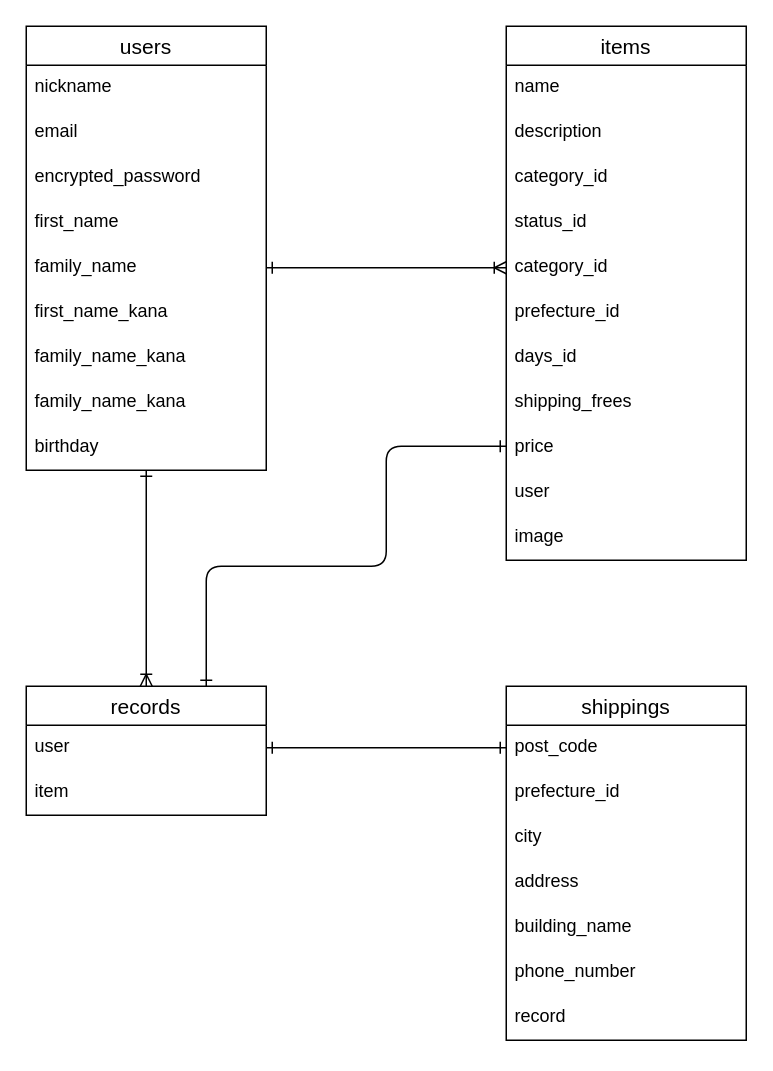
Before: db.dio in kohohsuke/furima-35532, a draw.io diagram. Source tidied: cells renumbered, new cells numbered last; positions are measured from the earlier drawing's top-left corner, leaving out a move shared by most shapes. Both pictures are drawn from the tidied source at 150%, with x=0, y=0 at pixel (26, 26).
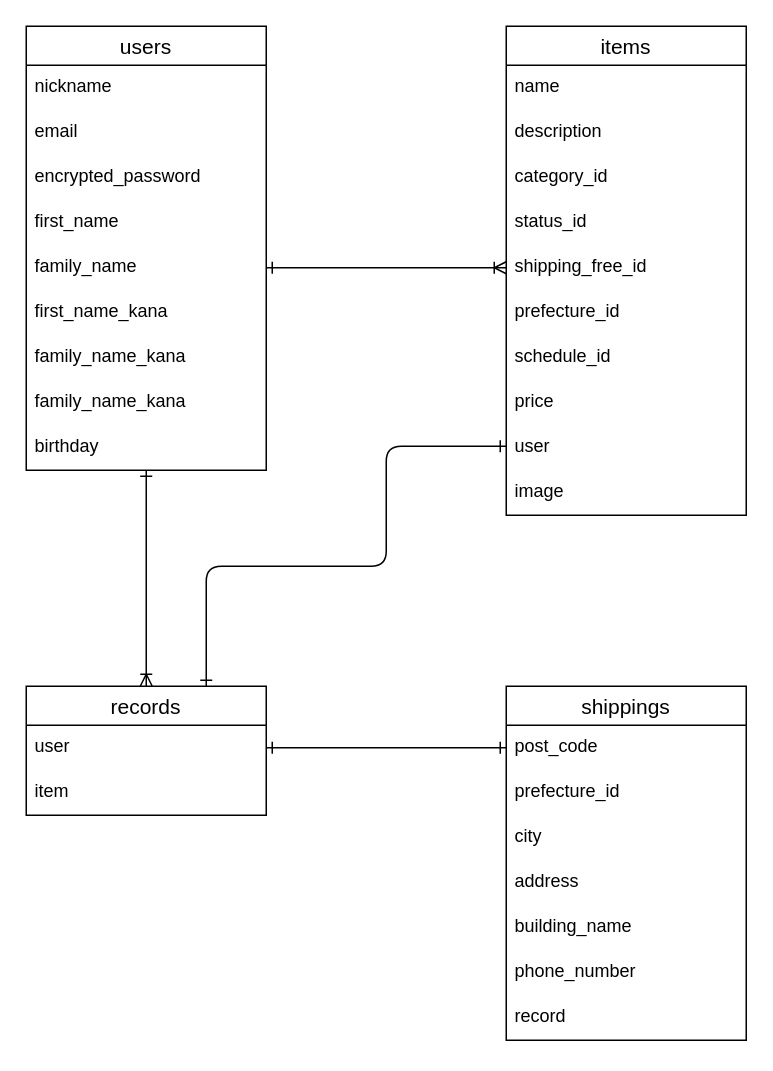
The same page after the edit.

Unchanged cells that the change refers to:
```xml
<mxCell id="7" value="family_name" style="text;strokeColor=none;fillColor=none;spacingLeft=4;spacingRight=4;overflow=hidden;points=[[0,0.5],[1,0.5]];portConstraint=eastwest;fontSize=12;" parent="2" vertex="1">
  <mxGeometry y="146" width="160" height="30" as="geometry" />
</mxCell>
```

Diff of the diagram source:
```diff
@@
     <mxCell id="12" value="items" style="swimlane;fontStyle=0;horizontal=1;startSize=26;align=center;fontSize=14;" parent="1" vertex="1">
-      <mxGeometry x="320" width="160" height="356" as="geometry" />
+      <mxGeometry x="320" width="160" height="326" as="geometry" />
     </mxCell>
@@
-    <mxCell id="17" value="category_id" style="text;strokeColor=none;fillColor=none;spacingLeft=4;spacingRight=4;overflow=hidden;points=[[0,0.5],[1,0.5]];portConstraint=eastwest;fontSize=12;" parent="12" vertex="1">
-      <mxGeometry y="146" width="160" height="30" as="geometry" />
-    </mxCell>
+    <mxCell id="20" value="shipping_free_id" style="text;strokeColor=none;fillColor=none;spacingLeft=4;spacingRight=4;overflow=hidden;fontSize=12;" parent="12" vertex="1">
+      <mxGeometry y="146" width="160" height="30" as="geometry" />
+    </mxCell>
@@
-    <mxCell id="19" value="days_id" style="text;strokeColor=none;fillColor=none;spacingLeft=4;spacingRight=4;overflow=hidden;fontSize=12;" parent="12" vertex="1">
+    <mxCell id="19" value="schedule_id" style="text;strokeColor=none;fillColor=none;spacingLeft=4;spacingRight=4;overflow=hidden;fontSize=12;" parent="12" vertex="1">
       <mxGeometry y="206" width="160" height="30" as="geometry" />
     </mxCell>
-    <mxCell id="20" value="shipping_frees" style="text;strokeColor=none;fillColor=none;spacingLeft=4;spacingRight=4;overflow=hidden;fontSize=12;" parent="12" vertex="1">
-      <mxGeometry y="236" width="160" height="30" as="geometry" />
-    </mxCell>
     <mxCell id="21" value="price" style="text;strokeColor=none;fillColor=none;spacingLeft=4;spacingRight=4;overflow=hidden;fontSize=12;" parent="12" vertex="1">
-      <mxGeometry y="266" width="160" height="30" as="geometry" />
+      <mxGeometry y="236" width="160" height="30" as="geometry" />
     </mxCell>
     <mxCell id="22" value="user" style="text;strokeColor=none;fillColor=none;spacingLeft=4;spacingRight=4;overflow=hidden;fontSize=12;" parent="12" vertex="1">
-      <mxGeometry y="296" width="160" height="30" as="geometry" />
+      <mxGeometry y="266" width="160" height="30" as="geometry" />
     </mxCell>
     <mxCell id="23" value="image" style="text;strokeColor=none;fillColor=none;spacingLeft=4;spacingRight=4;overflow=hidden;fontSize=12;" parent="12" vertex="1">
-      <mxGeometry y="326" width="160" height="30" as="geometry" />
+      <mxGeometry y="296" width="160" height="30" as="geometry" />
     </mxCell>
@@
-    <mxCell id="35" style="fontSize=12;html=1;endArrow=ERoneToMany;exitX=1;exitY=0.5;exitDx=0;exitDy=0;entryX=0;entryY=0.5;entryDx=0;entryDy=0;startArrow=ERone;startFill=0;endFill=0;" parent="1" edge="1" source="7" target="17">
-      <mxGeometry relative="1" as="geometry" />
+    <mxCell id="35" style="fontSize=12;html=1;endArrow=ERoneToMany;exitX=1;exitY=0.5;exitDx=0;exitDy=0;entryX=0;entryY=0.5;entryDx=0;entryDy=0;startArrow=ERone;startFill=0;endFill=0;" parent="1" edge="1" source="7">
+      <mxGeometry relative="1" as="geometry">
+        <mxPoint x="320" y="161" as="targetPoint" />
+      </mxGeometry>
     </mxCell>
```
